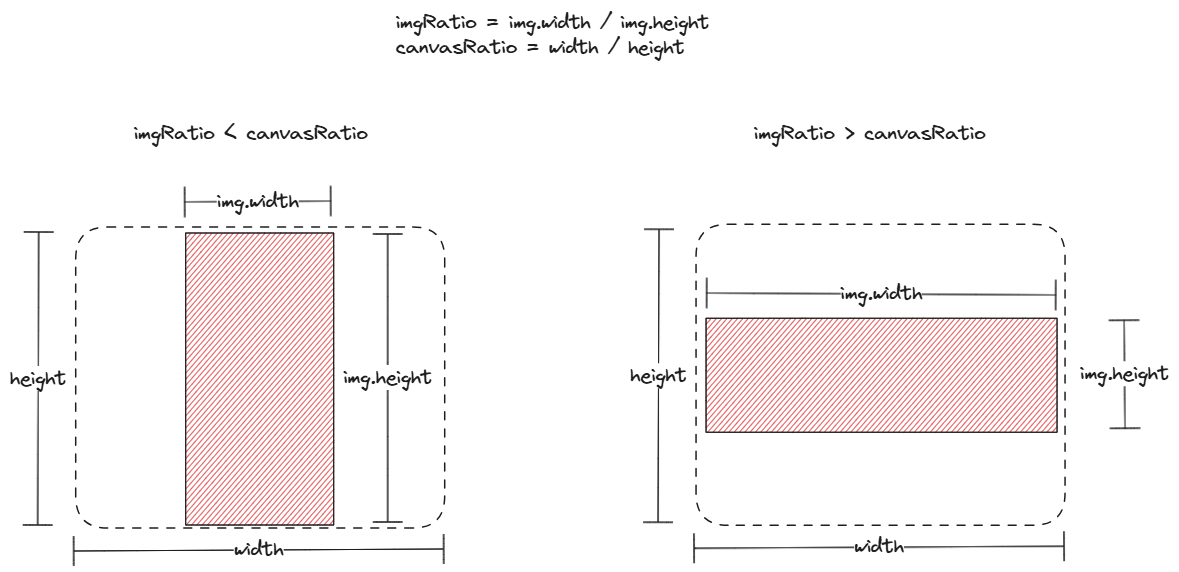
The Excalidraw diagram blog/2024-07-07-canvas-image/img/canvas-contain.png in lijunlin2022/lijunlin2022.github.io, before a commit. Source tidied: one line per element, renumbered; positions are measured from the earlier drawing's top-left corner, leaving out a move shared by most shapes. The source it was exported from:
```json
{"id": 0, "type": "rectangle", "strokeColor": "#1e1e1e", "strokeWidth": 1, "strokeStyle": "dashed", "roughness": 0, "round": true, "x": 43, "y": 217, "width": 369, "height": 301}
{"id": 1, "type": "rectangle", "strokeColor": "#1e1e1e", "backgroundColor": "#e03131", "fillStyle": "hachure", "strokeWidth": 1, "roughness": 0, "x": 153, "y": 223, "width": 148, "height": 292}
{"id": 2, "type": "arrow", "strokeColor": "#1e1e1e", "backgroundColor": "#e03131", "fillStyle": "hachure", "strokeWidth": 1, "roughness": 0, "startArrowhead": "bar", "endArrowhead": "bar", "from": 0, "to": 0, "x": 41, "y": 541, "width": 370, "height": 2, "points": [[0, 0], [370, -2]]}
{"id": 3, "type": "text", "text": "width", "strokeColor": "#1e1e1e", "backgroundColor": "#e03131", "fillStyle": "hachure", "strokeWidth": 1, "roughness": 0, "fontSize": 20, "fontFamily": 1, "textAlign": "center", "verticalAlign": "middle", "inside": 2, "x": 203, "y": 528, "width": 49, "height": 25}
{"id": 4, "type": "arrow", "strokeColor": "#1e1e1e", "backgroundColor": "#e03131", "fillStyle": "hachure", "strokeWidth": 1, "roughness": 0, "startArrowhead": "bar", "endArrowhead": "bar", "x": 6, "y": 222, "width": 1, "height": 293, "points": [[0, 0], [-1, 293]]}
{"id": 5, "type": "text", "text": "height", "strokeColor": "#1e1e1e", "backgroundColor": "#e03131", "fillStyle": "hachure", "strokeWidth": 1, "roughness": 0, "fontSize": 20, "fontFamily": 1, "textAlign": "center", "verticalAlign": "middle", "inside": 4, "x": 0, "y": 356, "width": 56, "height": 25}
{"id": 6, "type": "arrow", "strokeColor": "#1e1e1e", "backgroundColor": "#e03131", "fillStyle": "hachure", "strokeWidth": 1, "roughness": 0, "startArrowhead": "bar", "endArrowhead": "bar", "x": 355, "y": 224, "width": 0, "height": 288, "points": [[0, 0], [0, 288]]}
{"id": 7, "type": "text", "text": "img.height", "strokeColor": "#1e1e1e", "backgroundColor": "#e03131", "fillStyle": "hachure", "strokeWidth": 1, "roughness": 0, "fontSize": 20, "fontFamily": 1, "textAlign": "center", "verticalAlign": "middle", "inside": 6, "x": 276, "y": 356, "width": 89, "height": 25}
{"id": 8, "type": "arrow", "strokeColor": "#1e1e1e", "backgroundColor": "#e03131", "fillStyle": "hachure", "strokeWidth": 1, "roughness": 0, "startArrowhead": "bar", "endArrowhead": "bar", "from": 1, "to": 0, "x": 152, "y": 192, "width": 146, "height": 1, "points": [[0, 0], [146, -1]]}
{"id": 9, "type": "text", "text": "img.width", "strokeColor": "#1e1e1e", "backgroundColor": "#e03131", "fillStyle": "hachure", "strokeWidth": 1, "roughness": 0, "fontSize": 20, "fontFamily": 1, "textAlign": "center", "verticalAlign": "middle", "inside": 8, "x": 194, "y": 179, "width": 82, "height": 25}
{"id": 10, "type": "rectangle", "strokeColor": "#1e1e1e", "strokeWidth": 1, "strokeStyle": "dashed", "roughness": 0, "round": true, "x": 663, "y": 214, "width": 369, "height": 301}
{"id": 11, "type": "rectangle", "strokeColor": "#1e1e1e", "backgroundColor": "#e03131", "fillStyle": "hachure", "strokeWidth": 1, "roughness": 0, "x": 673, "y": 308, "width": 351, "height": 114}
{"id": 12, "type": "arrow", "strokeColor": "#1e1e1e", "backgroundColor": "#e03131", "fillStyle": "hachure", "strokeWidth": 1, "roughness": 0, "startArrowhead": "bar", "endArrowhead": "bar", "from": 10, "to": 10, "x": 661, "y": 538, "width": 370, "height": 2, "points": [[0, 0], [370, -2]]}
{"id": 13, "type": "text", "text": "width", "strokeColor": "#1e1e1e", "backgroundColor": "#e03131", "fillStyle": "hachure", "strokeWidth": 1, "roughness": 0, "fontSize": 20, "fontFamily": 1, "textAlign": "center", "verticalAlign": "middle", "inside": 12, "x": 841, "y": 516, "width": 49, "height": 25}
{"id": 14, "type": "arrow", "strokeColor": "#1e1e1e", "backgroundColor": "#e03131", "fillStyle": "hachure", "strokeWidth": 1, "roughness": 0, "startArrowhead": "bar", "endArrowhead": "bar", "x": 626, "y": 219, "width": 1, "height": 293, "points": [[0, 0], [-1, 293]]}
{"id": 15, "type": "text", "text": "height", "strokeColor": "#1e1e1e", "backgroundColor": "#e03131", "fillStyle": "hachure", "strokeWidth": 1, "roughness": 0, "fontSize": 20, "fontFamily": 1, "textAlign": "center", "verticalAlign": "middle", "inside": 14, "x": 617, "y": 344, "width": 56, "height": 25}
{"id": 16, "type": "arrow", "strokeColor": "#1e1e1e", "backgroundColor": "#e03131", "fillStyle": "hachure", "strokeWidth": 1, "roughness": 0, "startArrowhead": "bar", "endArrowhead": "bar", "x": 1091, "y": 310, "width": 1, "height": 108, "points": [[0, 0], [1, 108]]}
{"id": 17, "type": "text", "text": "img.height", "strokeColor": "#1e1e1e", "backgroundColor": "#e03131", "fillStyle": "hachure", "strokeWidth": 1, "roughness": 0, "fontSize": 20, "fontFamily": 1, "textAlign": "center", "verticalAlign": "middle", "inside": 16, "x": 951, "y": 344, "width": 89, "height": 25}
{"id": 18, "type": "arrow", "strokeColor": "#1e1e1e", "backgroundColor": "#e03131", "fillStyle": "hachure", "strokeWidth": 1, "roughness": 0, "startArrowhead": "bar", "endArrowhead": "bar", "from": 11, "x": 674, "y": 283, "width": 349, "height": 2, "points": [[0, 0], [349, 2]]}
{"id": 19, "type": "text", "text": "img.width", "strokeColor": "#1e1e1e", "backgroundColor": "#e03131", "fillStyle": "hachure", "strokeWidth": 1, "roughness": 0, "fontSize": 20, "fontFamily": 1, "textAlign": "center", "verticalAlign": "middle", "inside": 18, "x": 807, "y": 272, "width": 82, "height": 25}
{"id": 20, "type": "text", "text": "imgRatio = img.width / img.height\ncanvasRatio = width / height", "strokeColor": "#1e1e1e", "backgroundColor": "#e03131", "fillStyle": "hachure", "strokeWidth": 1, "roughness": 0, "fontSize": 20, "fontFamily": 1, "x": 363, "y": 0, "width": 314, "height": 50}
{"id": 21, "type": "text", "text": "imgRatio < canvasRatio", "strokeColor": "#1e1e1e", "backgroundColor": "#e03131", "fillStyle": "hachure", "strokeWidth": 1, "roughness": 0, "fontSize": 20, "fontFamily": 1, "x": 101, "y": 111, "width": 234, "height": 25}
{"id": 22, "type": "text", "text": "imgRatio > canvasRatio", "strokeColor": "#1e1e1e", "backgroundColor": "#e03131", "fillStyle": "hachure", "strokeWidth": 1, "roughness": 0, "fontSize": 20, "fontFamily": 1, "x": 721, "y": 112, "width": 231, "height": 25}
```
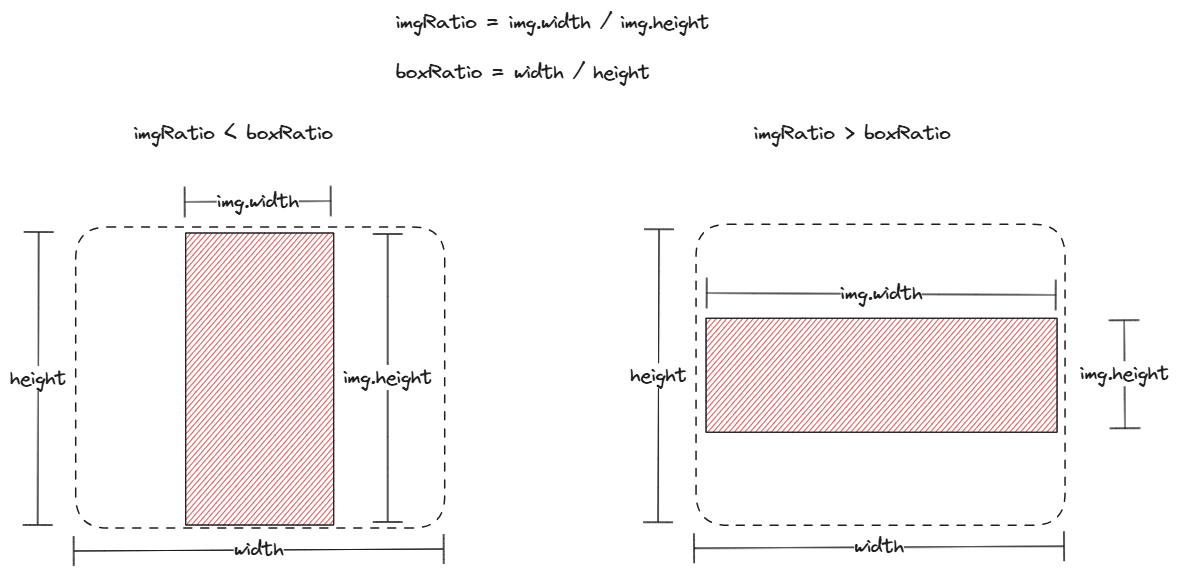
After the commit.

Commit message:
feat: 更新《仿拼多多分享商品，canvas 绘制图片时如何实现 contain 和 cover效果？》

The edit, as a diff of the source:
```diff
@@ -18,6 +18,6 @@
 {"id": 17, "type": "text", "text": "img.height", "strokeColor": "#1e1e1e", "backgroundColor": "#e03131", "fillStyle": "hachure", "strokeWidth": 1, "roughness": 0, "fontSize": 20, "fontFamily": 1, "textAlign": "center", "verticalAlign": "middle", "inside": 16, "x": 951, "y": 344, "width": 89, "height": 25}
 {"id": 18, "type": "arrow", "strokeColor": "#1e1e1e", "backgroundColor": "#e03131", "fillStyle": "hachure", "strokeWidth": 1, "roughness": 0, "startArrowhead": "bar", "endArrowhead": "bar", "from": 11, "x": 674, "y": 283, "width": 349, "height": 2, "points": [[0, 0], [349, 2]]}
 {"id": 19, "type": "text", "text": "img.width", "strokeColor": "#1e1e1e", "backgroundColor": "#e03131", "fillStyle": "hachure", "strokeWidth": 1, "roughness": 0, "fontSize": 20, "fontFamily": 1, "textAlign": "center", "verticalAlign": "middle", "inside": 18, "x": 807, "y": 272, "width": 82, "height": 25}
-{"id": 20, "type": "text", "text": "imgRatio = img.width / img.height\ncanvasRatio = width / height", "strokeColor": "#1e1e1e", "backgroundColor": "#e03131", "fillStyle": "hachure", "strokeWidth": 1, "roughness": 0, "fontSize": 20, "fontFamily": 1, "x": 363, "y": 0, "width": 314, "height": 50}
+{"id": 20, "type": "text", "text": "imgRatio = img.width / img.height\n\nboxRatio = width / height", "strokeColor": "#1e1e1e", "backgroundColor": "#e03131", "fillStyle": "hachure", "strokeWidth": 1, "roughness": 0, "fontSize": 20, "fontFamily": 1, "x": 363, "y": 0, "width": 314, "height": 75}
-{"id": 21, "type": "text", "text": "imgRatio < canvasRatio", "strokeColor": "#1e1e1e", "backgroundColor": "#e03131", "fillStyle": "hachure", "strokeWidth": 1, "roughness": 0, "fontSize": 20, "fontFamily": 1, "x": 101, "y": 111, "width": 234, "height": 25}
+{"id": 21, "type": "text", "text": "imgRatio < boxRatio", "strokeColor": "#1e1e1e", "backgroundColor": "#e03131", "fillStyle": "hachure", "strokeWidth": 1, "roughness": 0, "fontSize": 20, "fontFamily": 1, "x": 101, "y": 111, "width": 199, "height": 25}
-{"id": 22, "type": "text", "text": "imgRatio > canvasRatio", "strokeColor": "#1e1e1e", "backgroundColor": "#e03131", "fillStyle": "hachure", "strokeWidth": 1, "roughness": 0, "fontSize": 20, "fontFamily": 1, "x": 721, "y": 112, "width": 231, "height": 25}
+{"id": 22, "type": "text", "text": "imgRatio > boxRatio", "strokeColor": "#1e1e1e", "backgroundColor": "#e03131", "fillStyle": "hachure", "strokeWidth": 1, "roughness": 0, "fontSize": 20, "fontFamily": 1, "x": 721, "y": 112, "width": 197, "height": 25}
```
